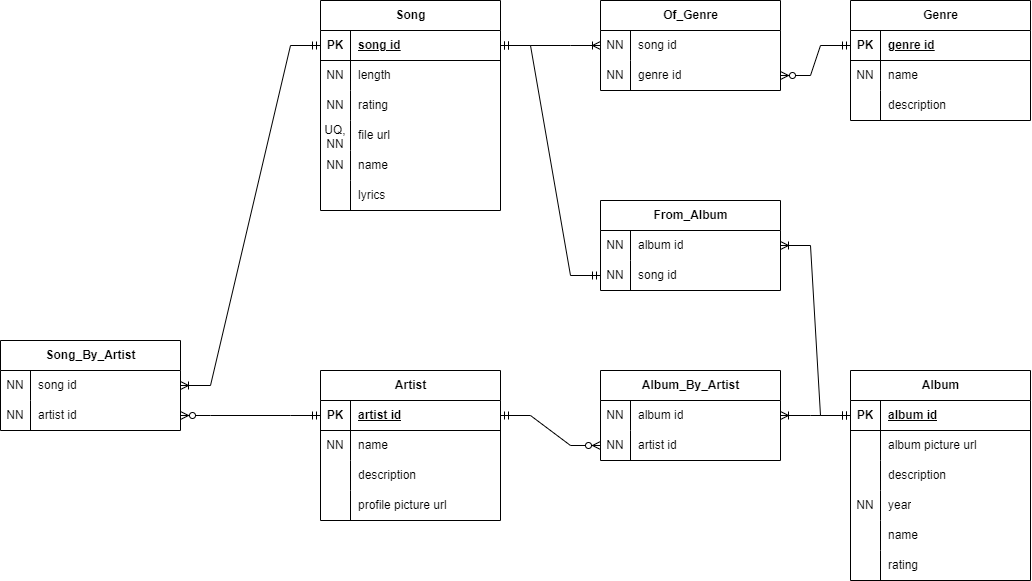
The draw.io diagram schema.png in PhilBurub/databases_project, before a commit. Source tidied: cells renumbered, new cells last; positions are measured from the earlier drawing's top-left corner, leaving out a move shared by most shapes.
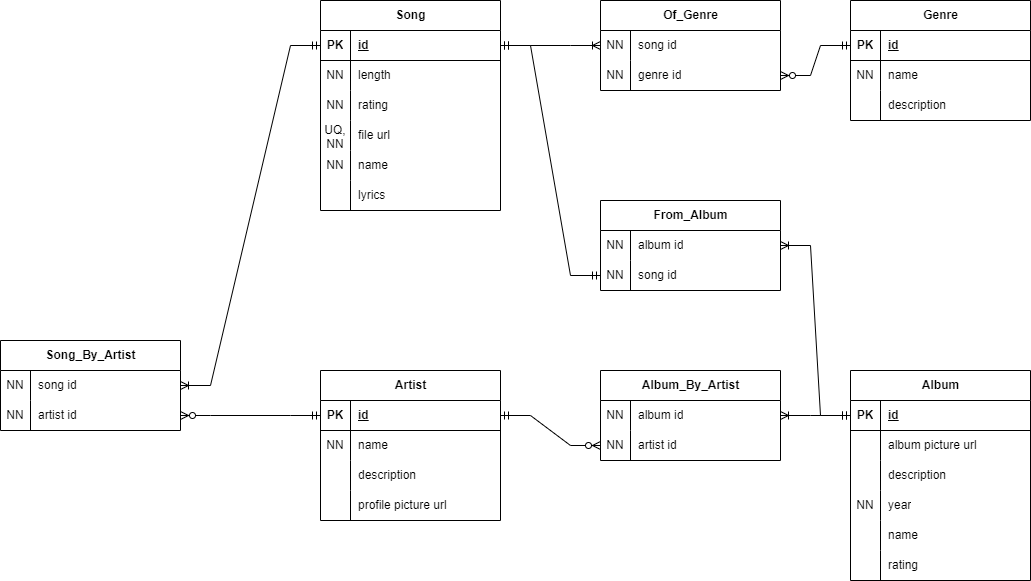
The same file after the commit.

The edit, as a diff of the source:
```diff
@@ -11,7 +11,7 @@
     <mxCell id="4" value="PK" style="shape=partialRectangle;fillColor=none;top=0;left=0;bottom=0;right=0;fontStyle=1;overflow=hidden;whiteSpace=wrap;html=1;" parent="3" vertex="1">
       <mxGeometry width="30" height="30" as="geometry" />
     </mxCell>
-    <mxCell id="5" value="song id" style="shape=partialRectangle;fillColor=none;top=0;left=0;bottom=0;right=0;align=left;spacingLeft=6;fontStyle=5;overflow=hidden;whiteSpace=wrap;html=1;" parent="3" vertex="1">
+    <mxCell id="5" value="id" style="shape=partialRectangle;fillColor=none;top=0;left=0;bottom=0;right=0;align=left;spacingLeft=6;fontStyle=5;overflow=hidden;whiteSpace=wrap;html=1;" parent="3" vertex="1">
       <mxGeometry x="30" width="150" height="30" as="geometry" />
     </mxCell>
     <mxCell id="6" style="shape=tableRow;horizontal=0;startSize=0;swimlaneHead=0;swimlaneBody=0;fillColor=none;top=0;left=0;right=0;bottom=0;" parent="2" vertex="1">
@@ -92,7 +92,7 @@
     <mxCell id="31" value="PK" style="shape=partialRectangle;fillColor=none;top=0;left=0;bottom=0;right=0;fontStyle=1;overflow=hidden;whiteSpace=wrap;html=1;" parent="30" vertex="1">
       <mxGeometry width="30" height="30" as="geometry" />
     </mxCell>
-    <mxCell id="32" value="genre id" style="shape=partialRectangle;fillColor=none;top=0;left=0;bottom=0;right=0;align=left;spacingLeft=6;fontStyle=5;overflow=hidden;whiteSpace=wrap;html=1;" parent="30" vertex="1">
+    <mxCell id="32" value="id" style="shape=partialRectangle;fillColor=none;top=0;left=0;bottom=0;right=0;align=left;spacingLeft=6;fontStyle=5;overflow=hidden;whiteSpace=wrap;html=1;" parent="30" vertex="1">
       <mxGeometry x="30" width="150" height="30" as="geometry" />
     </mxCell>
     <mxCell id="33" style="shape=tableRow;horizontal=0;startSize=0;swimlaneHead=0;swimlaneBody=0;fillColor=none;top=0;left=0;right=0;bottom=0;" parent="29" vertex="1">
@@ -156,7 +156,7 @@
     <mxCell id="49" value="PK" style="shape=partialRectangle;fillColor=none;top=0;left=0;bottom=0;right=0;fontStyle=1;overflow=hidden;whiteSpace=wrap;html=1;" parent="48" vertex="1">
       <mxGeometry width="30" height="30" as="geometry" />
     </mxCell>
-    <mxCell id="50" value="artist id" style="shape=partialRectangle;fillColor=none;top=0;left=0;bottom=0;right=0;align=left;spacingLeft=6;fontStyle=5;overflow=hidden;whiteSpace=wrap;html=1;" parent="48" vertex="1">
+    <mxCell id="50" value="id" style="shape=partialRectangle;fillColor=none;top=0;left=0;bottom=0;right=0;align=left;spacingLeft=6;fontStyle=5;overflow=hidden;whiteSpace=wrap;html=1;" parent="48" vertex="1">
       <mxGeometry x="30" width="150" height="30" as="geometry" />
     </mxCell>
     <mxCell id="51" style="shape=tableRow;horizontal=0;startSize=0;swimlaneHead=0;swimlaneBody=0;fillColor=none;top=0;left=0;right=0;bottom=0;" parent="47" vertex="1">
@@ -216,7 +216,7 @@
     <mxCell id="69" value="PK" style="shape=partialRectangle;fillColor=none;top=0;left=0;bottom=0;right=0;fontStyle=1;overflow=hidden;whiteSpace=wrap;html=1;" parent="68" vertex="1">
       <mxGeometry width="30" height="30" as="geometry" />
     </mxCell>
-    <mxCell id="70" value="album id" style="shape=partialRectangle;fillColor=none;top=0;left=0;bottom=0;right=0;align=left;spacingLeft=6;fontStyle=5;overflow=hidden;whiteSpace=wrap;html=1;" parent="68" vertex="1">
+    <mxCell id="70" value="id" style="shape=partialRectangle;fillColor=none;top=0;left=0;bottom=0;right=0;align=left;spacingLeft=6;fontStyle=5;overflow=hidden;whiteSpace=wrap;html=1;" parent="68" vertex="1">
       <mxGeometry x="30" width="150" height="30" as="geometry" />
     </mxCell>
     <mxCell id="71" style="shape=tableRow;horizontal=0;startSize=0;swimlaneHead=0;swimlaneBody=0;fillColor=none;top=0;left=0;right=0;bottom=0;" parent="67" vertex="1">
```
